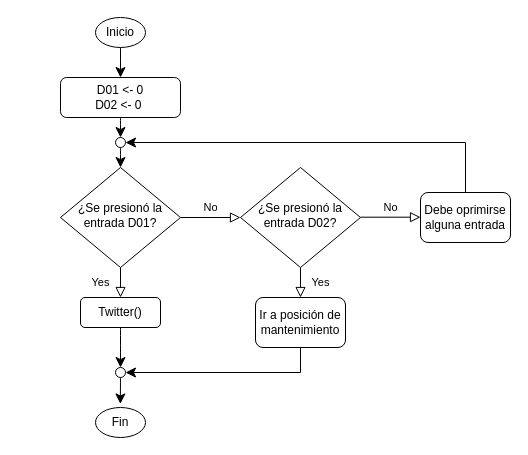
Above: Recursos/DFlujo.drawio in Danmunozbe/Practica1 (draw.io), before the change. Source tidied: cells renumbered, new cells numbered last; positions are measured from the earlier drawing's top-left corner, leaving out a move shared by most shapes. Both pictures are drawn from the tidied source at 100%, with x=0, y=0 at pixel (60, 17).
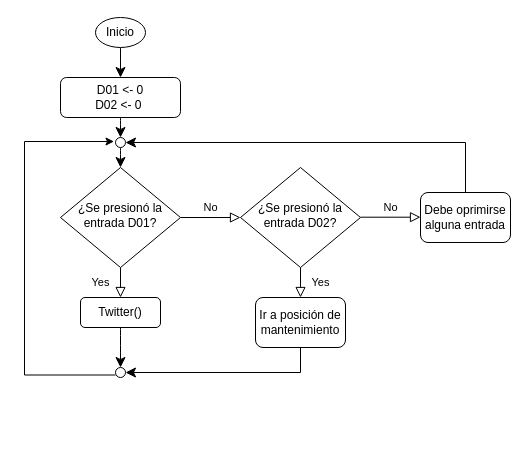
Above is the later version.

Commit message (it also covers changes not shown here):
DFlujo actualizado

Unchanged cells that the change refers to:
```xml
<mxCell id="16" style="ellipse;whiteSpace=wrap;html=1;" parent="1" vertex="1">
  <mxGeometry x="55" y="350" width="10" height="10" as="geometry" />
</mxCell>
```

Diff of the diagram source:
```diff
@@
-    <mxCell id="11" value="Fin" style="ellipse;whiteSpace=wrap;html=1;" parent="1" vertex="1">
-      <mxGeometry x="35" y="390" width="50" height="30" as="geometry" />
-    </mxCell>
@@
+    <mxCell id="23" style="edgeStyle=orthogonalEdgeStyle;rounded=0;orthogonalLoop=1;jettySize=auto;html=1;entryX=0;entryY=0.5;entryDx=0;entryDy=0;exitX=0;exitY=1;exitDx=0;exitDy=0;" parent="1" edge="1">
+      <mxGeometry relative="1" as="geometry">
+        <mxPoint x="55" y="357.5" as="sourcePoint" />
+        <mxPoint x="53.5" y="124" as="targetPoint" />
+        <Array as="points">
+          <mxPoint x="-36" y="358" />
+          <mxPoint x="-36" y="124" />
+        </Array>
+      </mxGeometry>
+    </mxCell>
@@
-    <mxCell id="18" style="edgeStyle=none;curved=1;rounded=0;jettySize=auto;html=1;exitX=0.5;exitY=1;exitDx=0;exitDy=0;entryX=0.497;entryY=-0.119;entryDx=0;entryDy=0;entryPerimeter=0;fontSize=12;startSize=8;endSize=8;" parent="1" edge="1" source="16" target="11">
-      <mxGeometry relative="1" as="geometry" />
-    </mxCell>
```
